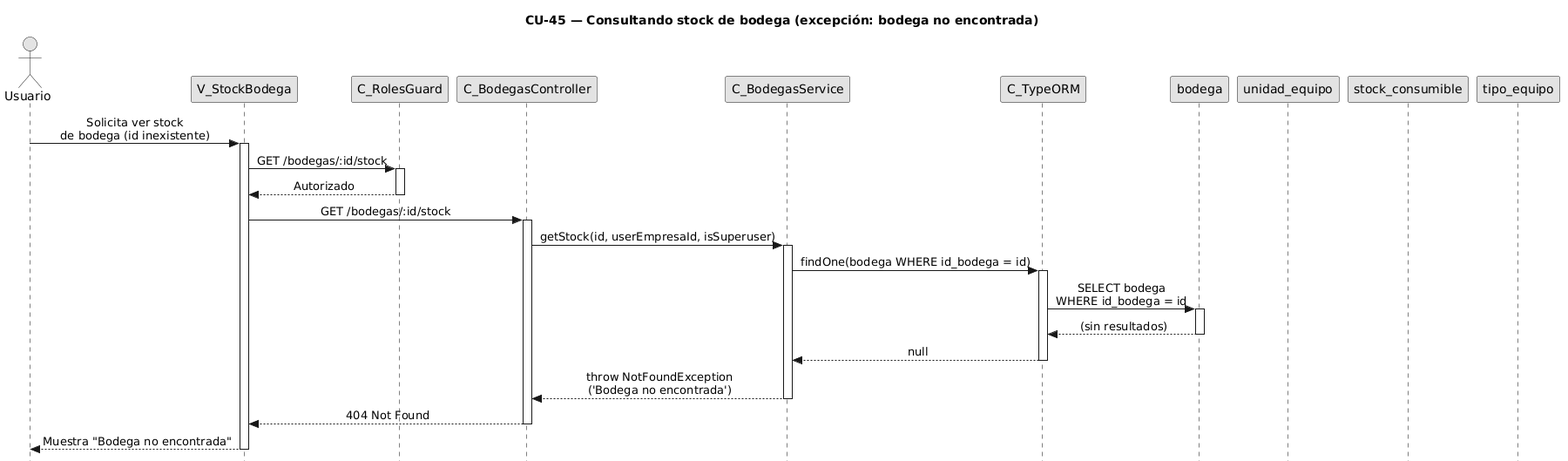
The PlantUML diagram diagramas/diagramas-secuencia/CU45/CU45-exc-bodega-sin-equipos.png in FSM-Finet-y-Cable-Magico/Team_1-Inventario-y-Bodega, before a commit.
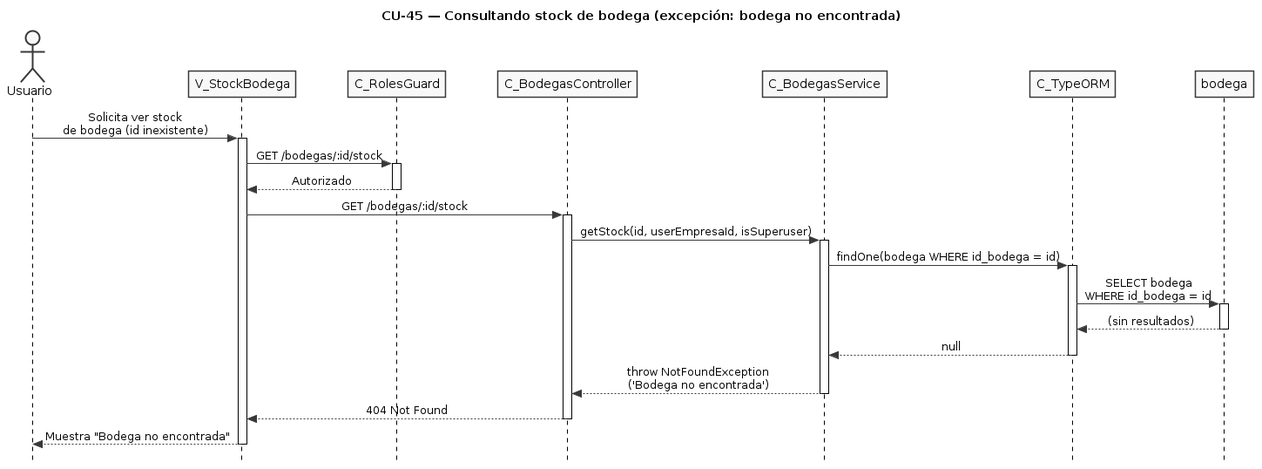
Above is the later version.

Change to the diagram source:
```diff
@@ -5,6 +5,8 @@
 skinparam monochrome true
 skinparam shadowing false
 skinparam sequenceMessageAlign center
+skinparam ParticipantPadding 25
+skinparam ActorPadding 20
 skinparam sequence {
   MessageAlign center
   LifeLineBorderColor black
@@ -18,9 +20,6 @@
 participant "C_BodegasService" as svc
 participant "C_TypeORM" as orm
 participant "bodega" as bent
-participant "unidad_equipo" as uent
-participant "stock_consumible" as scent
-participant "tipo_equipo" as tent
 
 user -> view : Solicita ver stock\nde bodega (id inexistente)
 activate view
```
